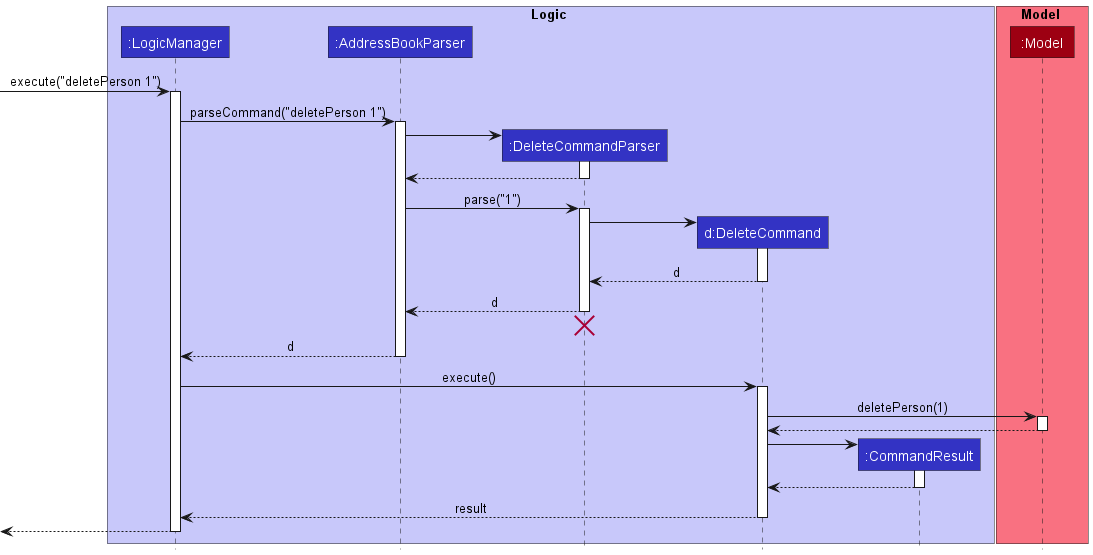
This is docs/images/DeleteSequenceDiagram.png from nus-cs2103-AY2223S1/tp, a PlantUML export, as it was before one commit.
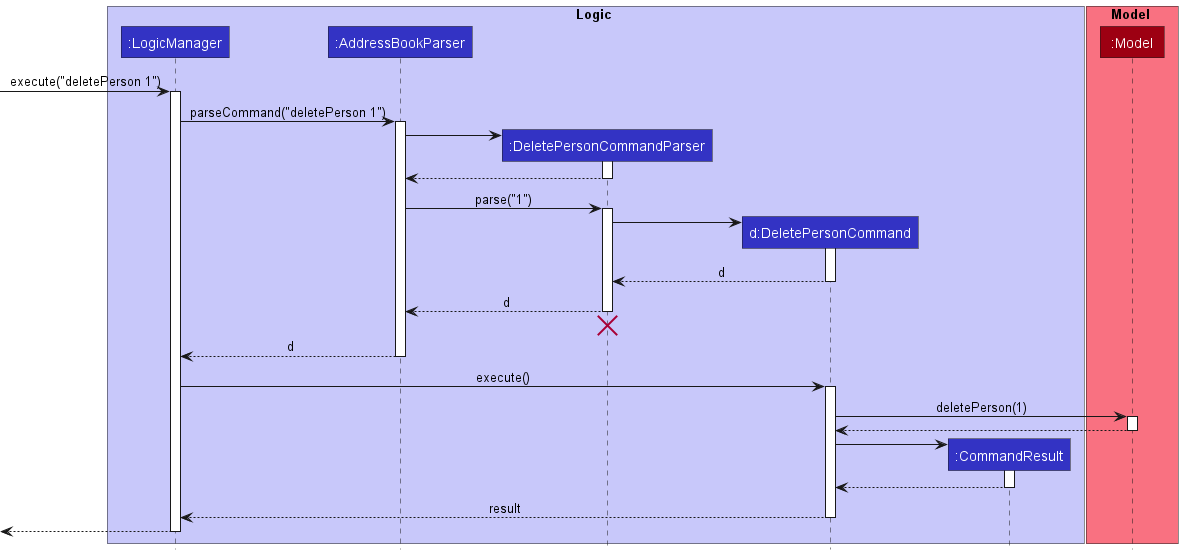
Above is the later version.

The edit, as a diff of the source:
```diff
@@ -4,8 +4,8 @@
 box Logic LOGIC_COLOR_T1
 participant ":LogicManager" as LogicManager LOGIC_COLOR
 participant ":AddressBookParser" as AddressBookParser LOGIC_COLOR
-participant ":DeleteCommandParser" as DeleteCommandParser LOGIC_COLOR
-participant "d:DeleteCommand" as DeleteCommand LOGIC_COLOR
+participant ":DeletePersonCommandParser" as DeletePersonCommandParser LOGIC_COLOR
+participant "d:DeletePersonCommand" as DeletePersonCommand LOGIC_COLOR
 participant ":CommandResult" as CommandResult LOGIC_COLOR
 end box
 
@@ -19,49 +19,49 @@
 LogicManager -> AddressBookParser : parseCommand("deletePerson 1")
 activate AddressBookParser
 
-create DeleteCommandParser
-AddressBookParser -> DeleteCommandParser
-activate DeleteCommandParser
+create DeletePersonCommandParser
+AddressBookParser -> DeletePersonCommandParser
+activate DeletePersonCommandParser
 
-DeleteCommandParser --> AddressBookParser
-deactivate DeleteCommandParser
+DeletePersonCommandParser --> AddressBookParser
+deactivate DeletePersonCommandParser
 
-AddressBookParser -> DeleteCommandParser : parse("1")
-activate DeleteCommandParser
+AddressBookParser -> DeletePersonCommandParser : parse("1")
+activate DeletePersonCommandParser
 
-create DeleteCommand
-DeleteCommandParser -> DeleteCommand
-activate DeleteCommand
+create DeletePersonCommand
+DeletePersonCommandParser -> DeletePersonCommand
+activate DeletePersonCommand
 
-DeleteCommand --> DeleteCommandParser : d
-deactivate DeleteCommand
+DeletePersonCommand --> DeletePersonCommandParser : d
+deactivate DeletePersonCommand
 
-DeleteCommandParser --> AddressBookParser : d
-deactivate DeleteCommandParser
-DeleteCommandParser -[hidden]-> AddressBookParser
-destroy DeleteCommandParser
+DeletePersonCommandParser --> AddressBookParser : d
+deactivate DeletePersonCommandParser
+DeletePersonCommandParser -[hidden]-> AddressBookParser
+destroy DeletePersonCommandParser
 
 AddressBookParser --> LogicManager : d
 deactivate AddressBookParser
 
-LogicManager -> DeleteCommand : execute()
-activate DeleteCommand
+LogicManager -> DeletePersonCommand : execute()
+activate DeletePersonCommand
 
-DeleteCommand -> Model : deletePerson(1)
+DeletePersonCommand -> Model : deletePerson(1)
 activate Model
 
-Model --> DeleteCommand
+Model --> DeletePersonCommand
 deactivate Model
 
 create CommandResult
-DeleteCommand -> CommandResult
+DeletePersonCommand -> CommandResult
 activate CommandResult
 
-CommandResult --> DeleteCommand
+CommandResult --> DeletePersonCommand
 deactivate CommandResult
 
-DeleteCommand --> LogicManager : result
-deactivate DeleteCommand
+DeletePersonCommand --> LogicManager : result
+deactivate DeletePersonCommand
 
 [<--LogicManager
 deactivate LogicManager
```
